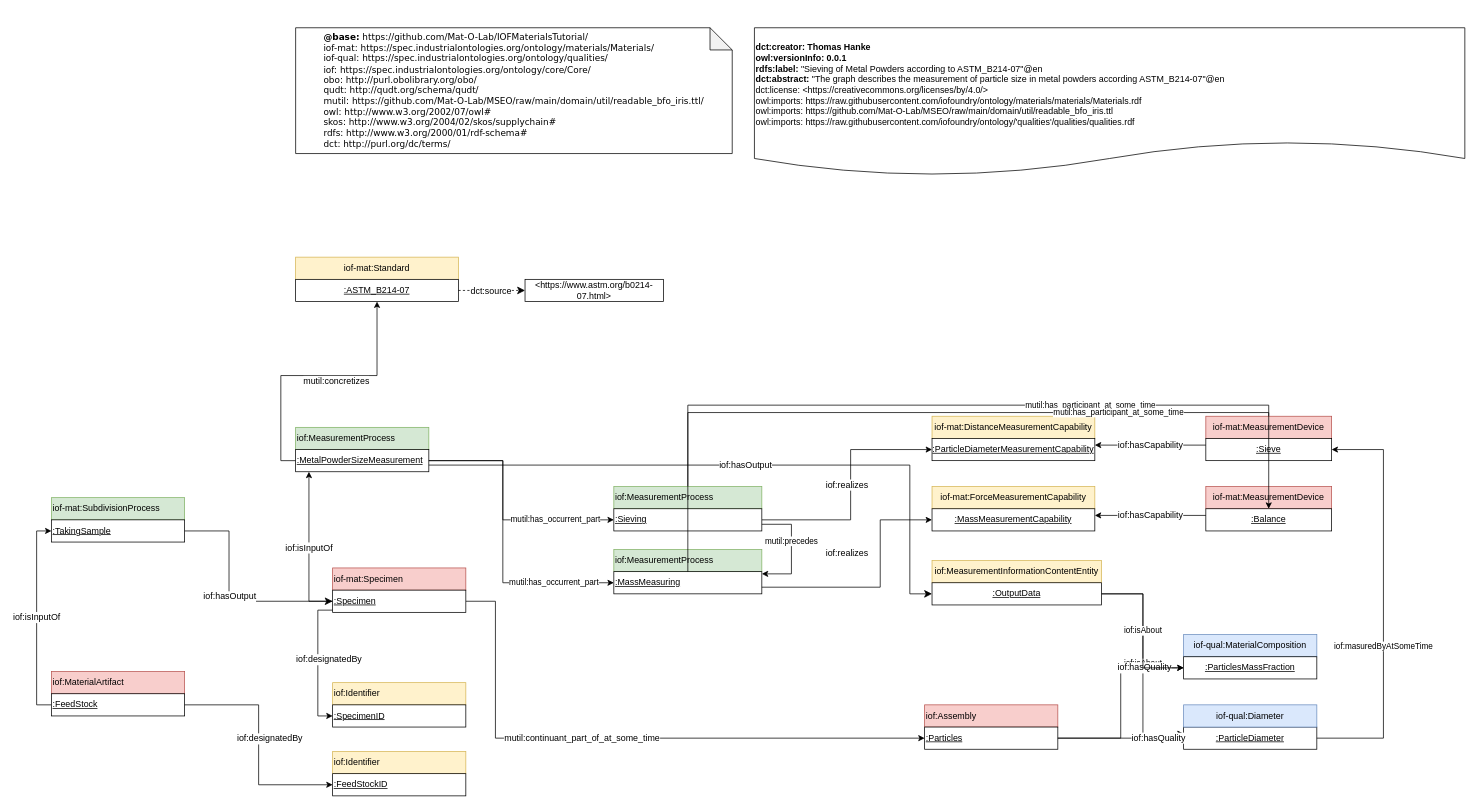
The draw.io diagram sieving_ASTM_B214-07.drawio.xml in Mat-O-Lab/IOFMaterialsTutorial, before the edit. Source tidied: cells renumbered, new cells numbered last; positions are measured from the earlier drawing's top-left corner, leaving out a move shared by most shapes. Both pictures are drawn from the tidied source at 74%, with x=0, y=0 at pixel (51, 27).
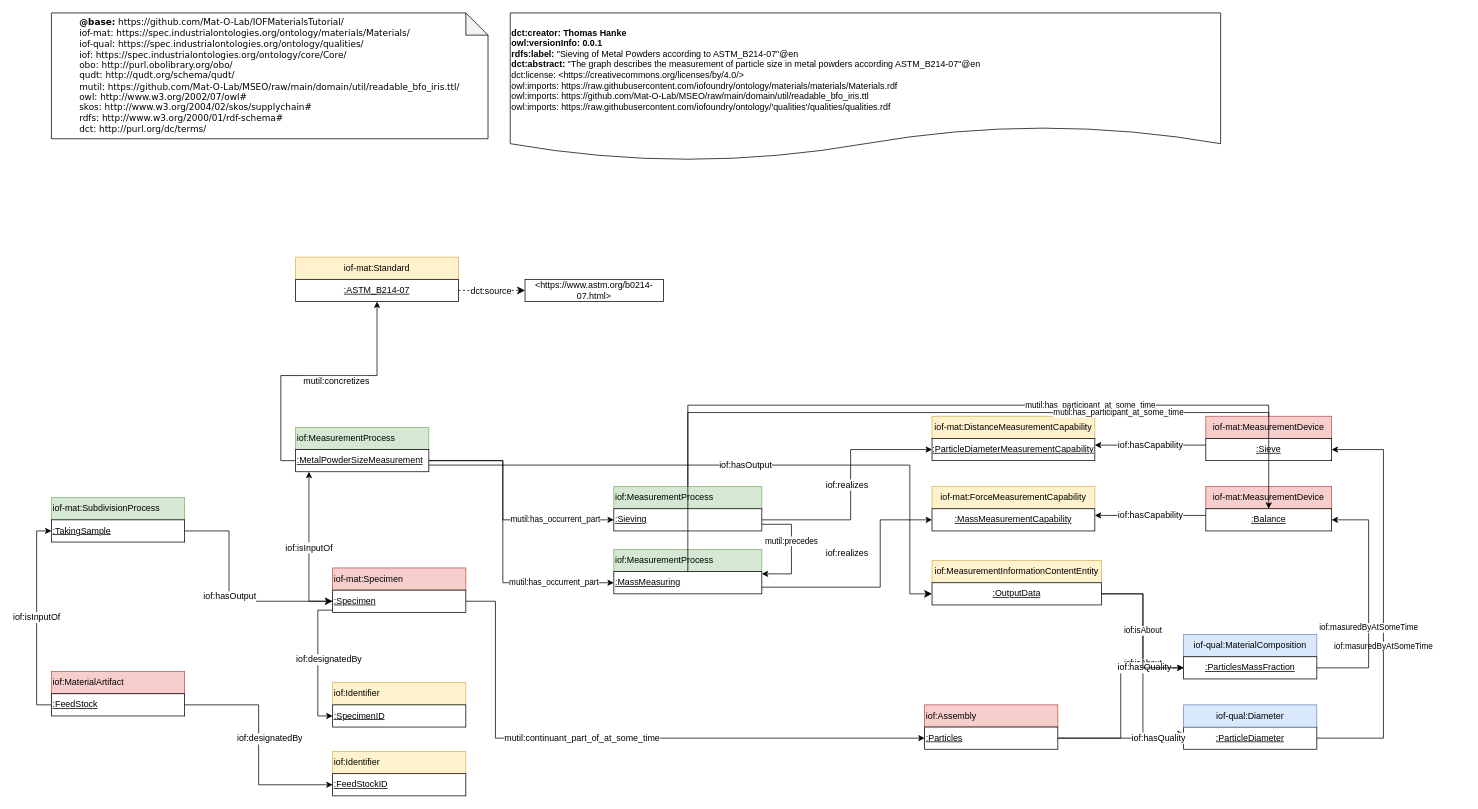
After the change.

The change refers to these unchanged cells:
```xml
<mxCell id="38" value="&lt;u&gt;:Balance&lt;/u&gt;" style="rounded=0;whiteSpace=wrap;html=1;snapToPoint=1;points=[[0.1,0],[0.2,0],[0.3,0],[0.4,0],[0.5,0],[0.6,0],[0.7,0],[0.8,0],[0.9,0],[0,0.1],[0,0.3],[0,0.5],[0,0.7],[0,0.9],[0.1,1],[0.2,1],[0.3,1],[0.4,1],[0.5,1],[0.6,1],[0.7,1],[0.8,1],[0.9,1],[1,0.1],[1,0.3],[1,0.5],[1,0.7],[1,0.9]];" parent="1" vertex="1">
  <mxGeometry x="1560" y="650" width="170" height="30" as="geometry" />
</mxCell>
<mxCell id="53" value="&lt;u&gt;:ParticlesMassFraction&lt;/u&gt;" style="rounded=0;whiteSpace=wrap;html=1;snapToPoint=1;points=[[0.1,0],[0.2,0],[0.3,0],[0.4,0],[0.5,0],[0.6,0],[0.7,0],[0.8,0],[0.9,0],[0,0.1],[0,0.3],[0,0.5],[0,0.7],[0,0.9],[0.1,1],[0.2,1],[0.3,1],[0.4,1],[0.5,1],[0.6,1],[0.7,1],[0.8,1],[0.9,1],[1,0.1],[1,0.3],[1,0.5],[1,0.7],[1,0.9]];" parent="1" vertex="1">
  <mxGeometry x="1530" y="850" width="180" height="30" as="geometry" />
</mxCell>
```

The edit, as a diff of the source:
```diff
@@
     <mxCell id="2" value="&lt;div style=&quot;border-color: var(--border-color); text-align: left;&quot;&gt;&lt;div style=&quot;border-color: var(--border-color);&quot;&gt;&lt;font face=&quot;Verdana&quot;&gt;&lt;font style=&quot;border-color: var(--border-color);&quot;&gt;&lt;b style=&quot;border-color: var(--border-color);&quot;&gt;@base:&lt;/b&gt;&amp;nbsp;&lt;/font&gt;&lt;/font&gt;&lt;font face=&quot;Verdana&quot;&gt;https://github.com/Mat-O-Lab/IOFMaterialsTutorial&lt;/font&gt;&lt;span style=&quot;background-color: initial; font-family: Verdana;&quot;&gt;/&lt;/span&gt;&lt;/div&gt;&lt;div style=&quot;border-color: var(--border-color);&quot;&gt;&lt;span style=&quot;font-family: Verdana; background-color: initial; border-color: var(--border-color);&quot;&gt;iof-mat&lt;/span&gt;&lt;span style=&quot;font-family: Verdana; background-color: initial;&quot;&gt;:&amp;nbsp;&lt;/span&gt;&lt;span style=&quot;font-family: Verdana; background-color: initial;&quot;&gt;https://spec.industrialontologies.org/ontology/materials/Materials/&lt;/span&gt;&lt;br&gt;&lt;/div&gt;&lt;div style=&quot;border-color: var(--border-color);&quot;&gt;&lt;div style=&quot;border-color: var(--border-color);&quot;&gt;&lt;div style=&quot;border-color: var(--border-color);&quot;&gt;&lt;font style=&quot;border-color: var(--border-color);&quot; face=&quot;Verdana&quot;&gt;iof-qual:&lt;span style=&quot;border-color: var(--border-color); background-color: initial;&quot;&gt;&amp;nbsp;&lt;/span&gt;https://spec.industrialontologies.org/ontology/qualities/&lt;/font&gt;&lt;/div&gt;&lt;/div&gt;&lt;/div&gt;&lt;/div&gt;&lt;div style=&quot;border-color: var(--border-color); text-align: left;&quot;&gt;&lt;font face=&quot;Verdana&quot;&gt;iof: https://spec.industrialontologies.org/ontology/core/Core/&lt;br&gt;&lt;/font&gt;&lt;/div&gt;&lt;div style=&quot;border-color: var(--border-color); text-align: left;&quot;&gt;&lt;font face=&quot;Verdana&quot;&gt;&lt;span style=&quot;background-color: initial;&quot;&gt;obo: http://purl.obolibrary.org/obo/&lt;/span&gt;&lt;br&gt;&lt;/font&gt;&lt;/div&gt;&lt;div style=&quot;border-color: var(--border-color); text-align: left;&quot;&gt;&lt;span style=&quot;font-family: Verdana; background-color: initial;&quot;&gt;qudt:&amp;nbsp;http://qudt.org/schema/qudt/&lt;/span&gt;&lt;br&gt;&lt;/div&gt;&lt;div style=&quot;border-color: var(--border-color); text-align: left;&quot;&gt;&lt;div style=&quot;border-color: var(--border-color);&quot;&gt;&lt;font face=&quot;Verdana&quot;&gt;mutil:&amp;nbsp;&lt;/font&gt;&lt;font face=&quot;Verdana&quot;&gt;https://github.com/Mat-O-Lab/MSEO/raw/main/domain/util/readable_bfo_iris.ttl/&lt;/font&gt;&lt;/div&gt;&lt;div style=&quot;border-color: var(--border-color);&quot;&gt;&lt;font face=&quot;Verdana&quot;&gt;owl: http://www.w3.org/2002/07/owl#&lt;br&gt;&lt;/font&gt;&lt;/div&gt;&lt;div style=&quot;border-color: var(--border-color);&quot;&gt;&lt;font face=&quot;Verdana&quot;&gt;skos: http://www.w3.org/2004/02/skos/supplychain#&lt;br&gt;&lt;/font&gt;&lt;/div&gt;&lt;div style=&quot;border-color: var(--border-color);&quot;&gt;&lt;font face=&quot;Verdana&quot;&gt;rdfs: http://www.w3.org/2000/01/rdf-schema#&lt;br&gt;&lt;/font&gt;&lt;/div&gt;&lt;div style=&quot;border-color: var(--border-color);&quot;&gt;&lt;font face=&quot;Verdana&quot;&gt;dct: http://purl.org/dc/terms/&lt;br&gt;&lt;/font&gt;&lt;/div&gt;&lt;/div&gt;" style="shape=note;whiteSpace=wrap;html=1;backgroundOutline=1;darkOpacity=0.05;" parent="1" vertex="1">
-      <mxGeometry x="330" width="590" height="170" as="geometry" />
+      <mxGeometry y="-20" width="590" height="170" as="geometry" />
     </mxCell>
     <mxCell id="3" value="&lt;div&gt;&lt;div&gt;&lt;b&gt;dct:creator: Thomas Hanke&lt;/b&gt;&lt;/div&gt;&lt;div&gt;&lt;b&gt;owl:versionInfo: 0.0.1&lt;/b&gt;&lt;/div&gt;&lt;div&gt;&lt;b&gt;rdfs:label: &lt;/b&gt;&quot;Sieving of Metal Powders according to ASTM_B214-07&quot;@en&lt;/div&gt;&lt;div&gt;&lt;b&gt;dct:abstract: &lt;/b&gt;&quot;The graph describes the measurement of particle size in metal powders according ASTM_B214-07&quot;@en&lt;/div&gt;&lt;div&gt;dct:license: &amp;lt;https://creativecommons.org/licenses/by/4.0/&amp;gt;&lt;/div&gt;&lt;div&gt;owl:imports: https://raw.githubusercontent.com/iofoundry/ontology/materials/materials/Materials.rdf&lt;/div&gt;&lt;div&gt;owl:imports: https://github.com/Mat-O-Lab/MSEO/raw/main/domain/util/readable_bfo_iris.ttl&lt;br&gt;owl:imports:&amp;nbsp;https://raw.githubusercontent.com/iofoundry/ontology/'qualities'/qualities/qualities.rdf&lt;/div&gt;&lt;/div&gt;" style="shape=document;whiteSpace=wrap;html=1;boundedLbl=1;labelBackgroundColor=#ffffff;strokeColor=#000000;fontSize=12;fontColor=#000000;size=0.23333333333333334;align=left;" parent="1" vertex="1">
-      <mxGeometry x="950" width="960" height="200" as="geometry" />
+      <mxGeometry x="620" y="-20" width="960" height="200" as="geometry" />
     </mxCell>
@@
+    <mxCell id="65" value="iof:masuredByAtSomeTime" style="rounded=0;jettySize=auto;html=1;snapToPoint=1;edgeStyle=elbowEdgeStyle;" parent="1" edge="1" source="53" target="38">
+      <mxGeometry x="-0.22" relative="1" as="geometry">
+        <Array as="points">
+          <mxPoint x="1780" y="770" />
+        </Array>
+        <mxPoint y="1" as="offset" />
+      </mxGeometry>
+    </mxCell>
```
